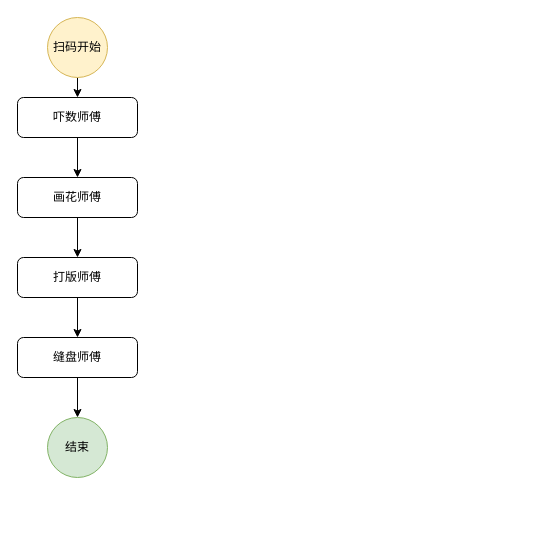
Before: 打板流程.drawio in pbm0802/GitIDEATest, a draw.io diagram. Source tidied: cells renumbered, new cells numbered last; positions are measured from the earlier drawing's top-left corner, leaving out a move shared by most shapes. Both pictures are drawn from the tidied source at 100%, with x=0, y=0 at pixel (17, 17).
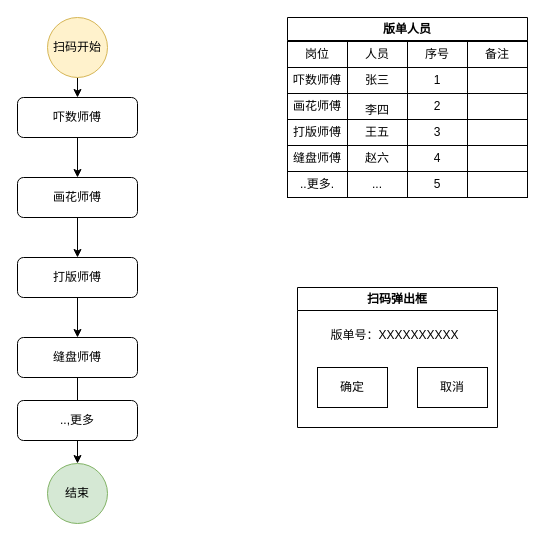
After the change.

Commit message (it also covers changes not shown here):
更新打板流程.drawio

Diff of the diagram source:
```diff
@@
     <mxCell id="12" value="结束" style="ellipse;whiteSpace=wrap;html=1;fillColor=#d5e8d4;strokeColor=#82b366;" parent="1" vertex="1">
-      <mxGeometry x="30" y="400" width="60" height="60" as="geometry" />
+      <mxGeometry x="30" y="446" width="60" height="60" as="geometry" />
     </mxCell>
+    <mxCell id="13" value="扫码弹出框" style="swimlane;whiteSpace=wrap;html=1;" parent="1" vertex="1">
+      <mxGeometry x="280" y="270" width="200" height="140" as="geometry" />
+    </mxCell>
+    <mxCell id="14" value="确定" style="rounded=0;whiteSpace=wrap;html=1;" parent="13" vertex="1">
+      <mxGeometry x="20" y="80" width="70" height="40" as="geometry" />
+    </mxCell>
+    <mxCell id="15" value="取消" style="rounded=0;whiteSpace=wrap;html=1;" parent="13" vertex="1">
+      <mxGeometry x="120" y="80" width="70" height="40" as="geometry" />
+    </mxCell>
+    <mxCell id="16" value="版单号：XXXXXXXXXX" style="text;html=1;align=center;verticalAlign=middle;strokeColor=none;fillColor=none;" parent="13" vertex="1">
+      <mxGeometry x="24" y="35" width="146" height="26" as="geometry" />
+    </mxCell>
+    <mxCell id="17" value="版单人员" style="swimlane;whiteSpace=wrap;html=1;" parent="1" vertex="1">
+      <mxGeometry x="270" width="240" height="180" as="geometry" />
+    </mxCell>
+    <mxCell id="18" value="岗位" style="rounded=0;whiteSpace=wrap;html=1;" parent="17" vertex="1">
+      <mxGeometry y="24" width="60" height="26" as="geometry" />
+    </mxCell>
+    <mxCell id="19" value="人员" style="rounded=0;whiteSpace=wrap;html=1;" parent="17" vertex="1">
+      <mxGeometry x="60" y="24" width="60" height="26" as="geometry" />
+    </mxCell>
+    <mxCell id="20" value="序号" style="rounded=0;whiteSpace=wrap;html=1;" parent="17" vertex="1">
+      <mxGeometry x="120" y="24" width="60" height="26" as="geometry" />
+    </mxCell>
+    <mxCell id="21" value="备注" style="rounded=0;whiteSpace=wrap;html=1;" parent="17" vertex="1">
+      <mxGeometry x="180" y="24" width="60" height="26" as="geometry" />
+    </mxCell>
+    <mxCell id="22" value="吓数师傅" style="rounded=0;whiteSpace=wrap;html=1;" parent="17" vertex="1">
+      <mxGeometry y="50" width="60" height="26" as="geometry" />
+    </mxCell>
+    <mxCell id="23" value="张三" style="rounded=0;whiteSpace=wrap;html=1;" parent="17" vertex="1">
+      <mxGeometry x="60" y="50" width="60" height="26" as="geometry" />
+    </mxCell>
+    <mxCell id="24" value="1" style="rounded=0;whiteSpace=wrap;html=1;" parent="17" vertex="1">
+      <mxGeometry x="120" y="50" width="60" height="26" as="geometry" />
+    </mxCell>
+    <mxCell id="25" style="rounded=0;whiteSpace=wrap;html=1;" parent="17" vertex="1">
+      <mxGeometry x="180" y="50" width="60" height="26" as="geometry" />
+    </mxCell>
+    <mxCell id="26" value="画花师傅" style="rounded=0;whiteSpace=wrap;html=1;" parent="17" vertex="1">
+      <mxGeometry y="76" width="60" height="26" as="geometry" />
+    </mxCell>
+    <mxCell id="27" value="李四" style="rounded=0;whiteSpace=wrap;html=1;" parent="17" vertex="1">
+      <mxGeometry x="60" y="76" width="60" height="34" as="geometry" />
+    </mxCell>
+    <mxCell id="28" value="2" style="rounded=0;whiteSpace=wrap;html=1;" parent="17" vertex="1">
+      <mxGeometry x="120" y="76" width="60" height="26" as="geometry" />
+    </mxCell>
+    <mxCell id="29" style="rounded=0;whiteSpace=wrap;html=1;" parent="17" vertex="1">
+      <mxGeometry x="180" y="76" width="60" height="26" as="geometry" />
+    </mxCell>
+    <mxCell id="30" value="打版师傅" style="rounded=0;whiteSpace=wrap;html=1;" parent="17" vertex="1">
+      <mxGeometry y="102" width="60" height="26" as="geometry" />
+    </mxCell>
+    <mxCell id="31" value="王五" style="rounded=0;whiteSpace=wrap;html=1;" parent="17" vertex="1">
+      <mxGeometry x="60" y="102" width="60" height="26" as="geometry" />
+    </mxCell>
+    <mxCell id="32" value="3" style="rounded=0;whiteSpace=wrap;html=1;" parent="17" vertex="1">
+      <mxGeometry x="120" y="102" width="60" height="26" as="geometry" />
+    </mxCell>
+    <mxCell id="33" style="rounded=0;whiteSpace=wrap;html=1;" parent="17" vertex="1">
+      <mxGeometry x="180" y="102" width="60" height="26" as="geometry" />
+    </mxCell>
+    <mxCell id="34" value="缝盘师傅" style="rounded=0;whiteSpace=wrap;html=1;" parent="17" vertex="1">
+      <mxGeometry y="128" width="60" height="26" as="geometry" />
+    </mxCell>
+    <mxCell id="35" value="赵六" style="rounded=0;whiteSpace=wrap;html=1;" parent="17" vertex="1">
+      <mxGeometry x="60" y="128" width="60" height="26" as="geometry" />
+    </mxCell>
+    <mxCell id="36" value="4" style="rounded=0;whiteSpace=wrap;html=1;" parent="17" vertex="1">
+      <mxGeometry x="120" y="128" width="60" height="26" as="geometry" />
+    </mxCell>
+    <mxCell id="37" style="rounded=0;whiteSpace=wrap;html=1;" parent="17" vertex="1">
+      <mxGeometry x="180" y="128" width="60" height="26" as="geometry" />
+    </mxCell>
+    <mxCell id="38" value="..更多." style="rounded=0;whiteSpace=wrap;html=1;" parent="17" vertex="1">
+      <mxGeometry y="154" width="60" height="26" as="geometry" />
+    </mxCell>
+    <mxCell id="39" value="..." style="rounded=0;whiteSpace=wrap;html=1;" parent="17" vertex="1">
+      <mxGeometry x="60" y="154" width="60" height="26" as="geometry" />
+    </mxCell>
+    <mxCell id="40" value="5" style="rounded=0;whiteSpace=wrap;html=1;" parent="17" vertex="1">
+      <mxGeometry x="120" y="154" width="60" height="26" as="geometry" />
+    </mxCell>
+    <mxCell id="41" style="rounded=0;whiteSpace=wrap;html=1;" parent="17" vertex="1">
+      <mxGeometry x="180" y="154" width="60" height="26" as="geometry" />
+    </mxCell>
+    <mxCell id="42" value="&lt;p class=&quot;MsoNormal&quot;&gt;..,更多&lt;/p&gt;" style="rounded=1;whiteSpace=wrap;html=1;fontSize=12;glass=0;strokeWidth=1;shadow=0;" parent="1" vertex="1">
+      <mxGeometry y="383" width="120" height="40" as="geometry" />
+    </mxCell>
```
